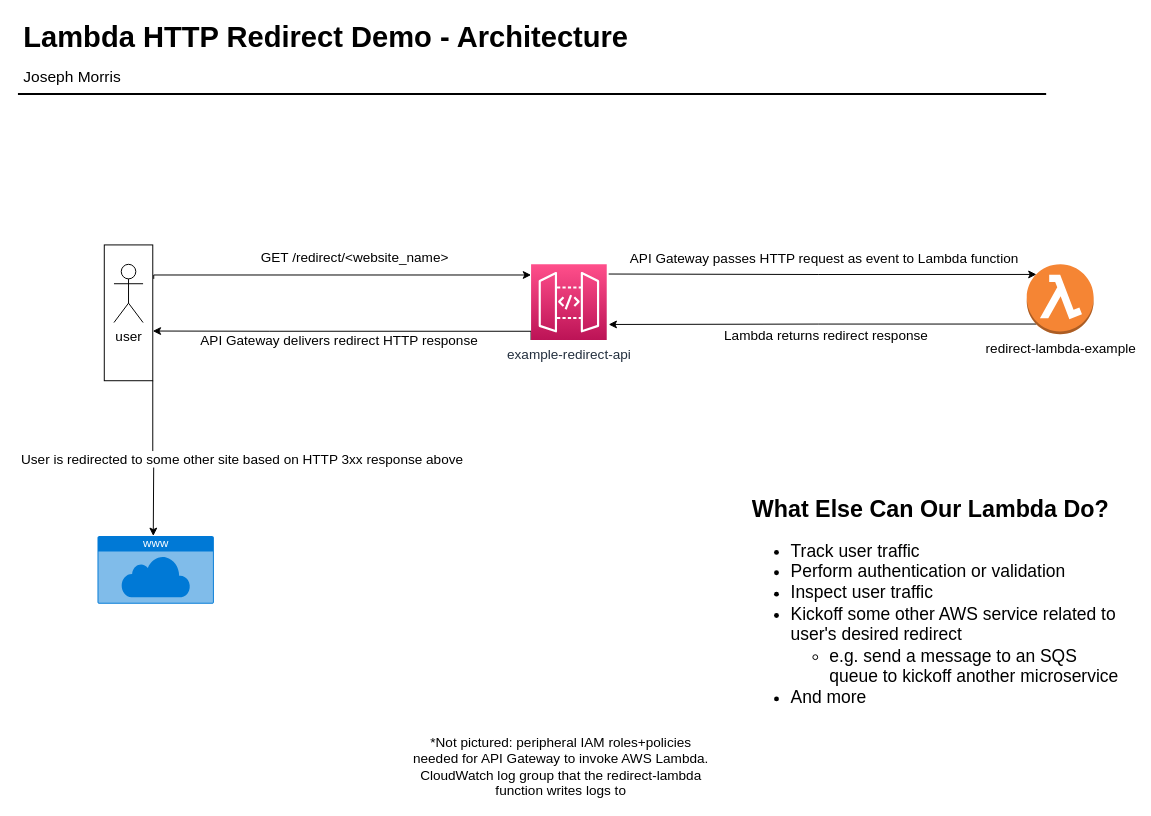
Before: docs/architecture_diagram.drawio in Han-Lon/lambda-http-redirects-demo, a draw.io diagram. Source tidied: cells renumbered, new cells numbered last; positions are measured from the earlier drawing's top-left corner, leaving out a move shared by most shapes. Both pictures are drawn from the tidied source at 97%, with x=0, y=0 at pixel (17, 16).
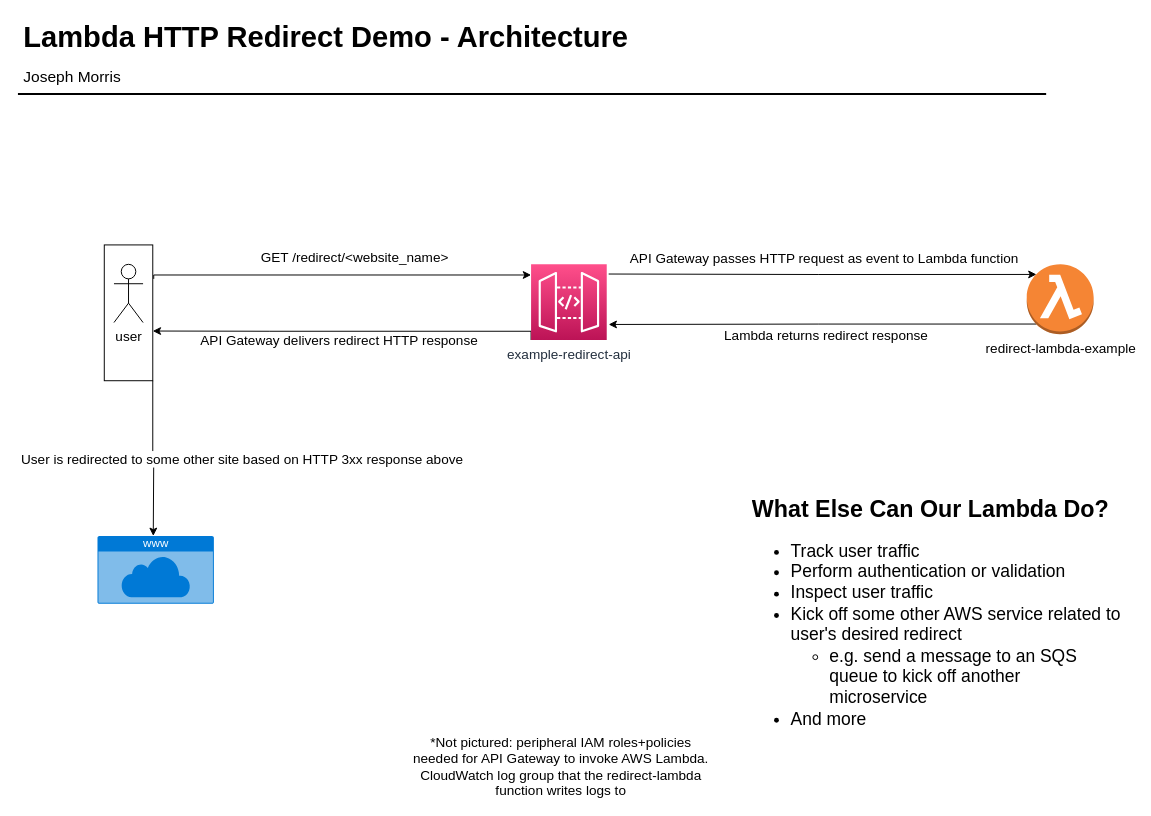
Above is the later version.

Commit message (it also covers changes not shown here):
Add comments to API Gateway Terraform. Correct annoying typo in diagram

The edit, as a diff of the source:
```diff
@@
-    <mxCell id="20" value="&lt;h1&gt;What Else Can Our Lambda Do?&lt;/h1&gt;&lt;p style=&quot;font-size: 18px&quot;&gt;&lt;/p&gt;&lt;ul style=&quot;font-size: 18px&quot;&gt;&lt;li&gt;Track user traffic&lt;/li&gt;&lt;li&gt;Perform authentication or validation&lt;/li&gt;&lt;li&gt;Inspect user traffic&lt;/li&gt;&lt;li&gt;Kickoff some other AWS service related to user's desired redirect&amp;nbsp;&lt;/li&gt;&lt;ul&gt;&lt;li&gt;e.g. send a message to an SQS queue to kickoff another microservice&lt;br&gt;&lt;/li&gt;&lt;/ul&gt;&lt;li&gt;And more&lt;/li&gt;&lt;/ul&gt;&lt;p&gt;&lt;/p&gt;" style="text;html=1;strokeColor=none;fillColor=none;spacing=5;spacingTop=-20;whiteSpace=wrap;overflow=hidden;rounded=0;align=left;" parent="1" vertex="1">
+    <mxCell id="20" value="&lt;h1&gt;What Else Can Our Lambda Do?&lt;/h1&gt;&lt;p style=&quot;font-size: 18px&quot;&gt;&lt;/p&gt;&lt;ul style=&quot;font-size: 18px&quot;&gt;&lt;li&gt;Track user traffic&lt;/li&gt;&lt;li&gt;Perform authentication or validation&lt;/li&gt;&lt;li&gt;Inspect user traffic&lt;/li&gt;&lt;li&gt;Kick off some other AWS service related to user's desired redirect&amp;nbsp;&lt;/li&gt;&lt;ul&gt;&lt;li&gt;e.g. send a message to an SQS queue to kick off another microservice&lt;br&gt;&lt;/li&gt;&lt;/ul&gt;&lt;li&gt;And more&lt;/li&gt;&lt;/ul&gt;&lt;p&gt;&lt;/p&gt;" style="text;html=1;strokeColor=none;fillColor=none;spacing=5;spacingTop=-20;whiteSpace=wrap;overflow=hidden;rounded=0;align=left;" parent="1" vertex="1">
       <mxGeometry x="751.5" y="488" width="390" height="263" as="geometry" />
     </mxCell>
```
